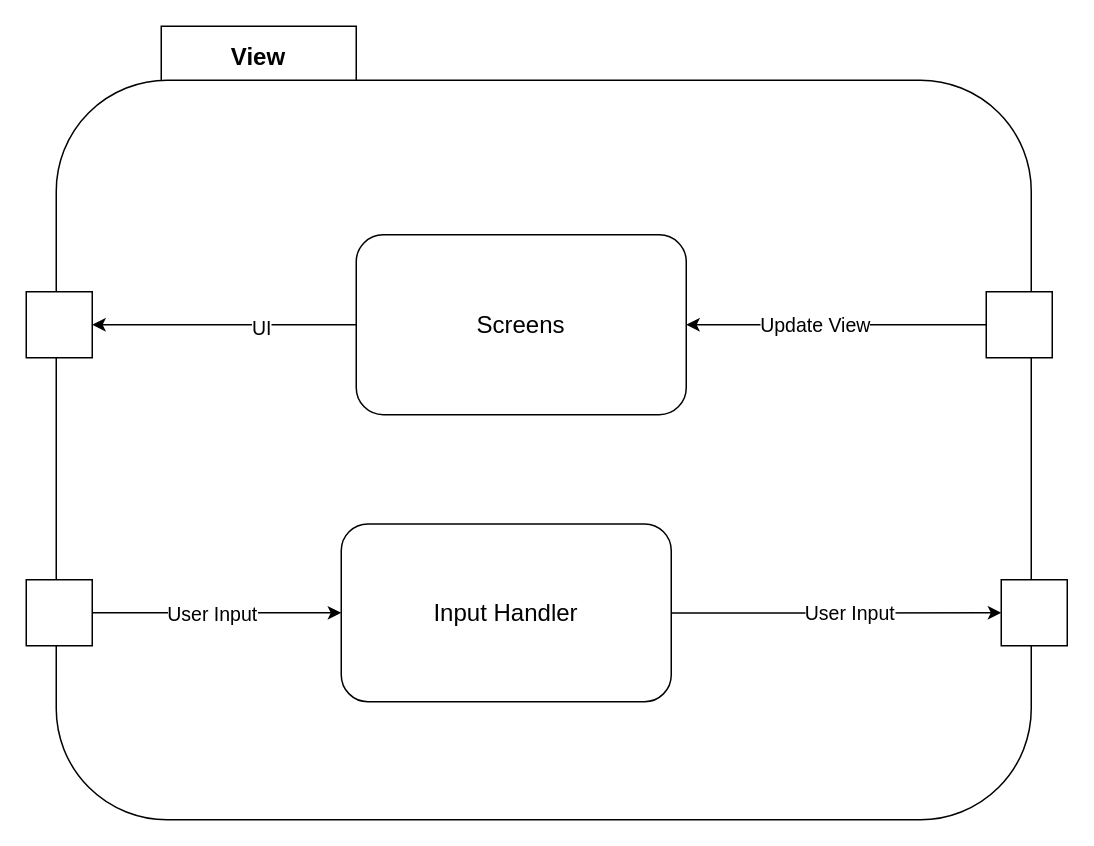
Before: doku-game/VS-View.drawio in PrismFox/tron-game, a draw.io diagram. Source tidied: cells renumbered, new cells numbered last; positions are measured from the earlier drawing's top-left corner, leaving out a move shared by most shapes. Both pictures are drawn from the tidied source at 150%, with x=0, y=0 at pixel (26, 26).
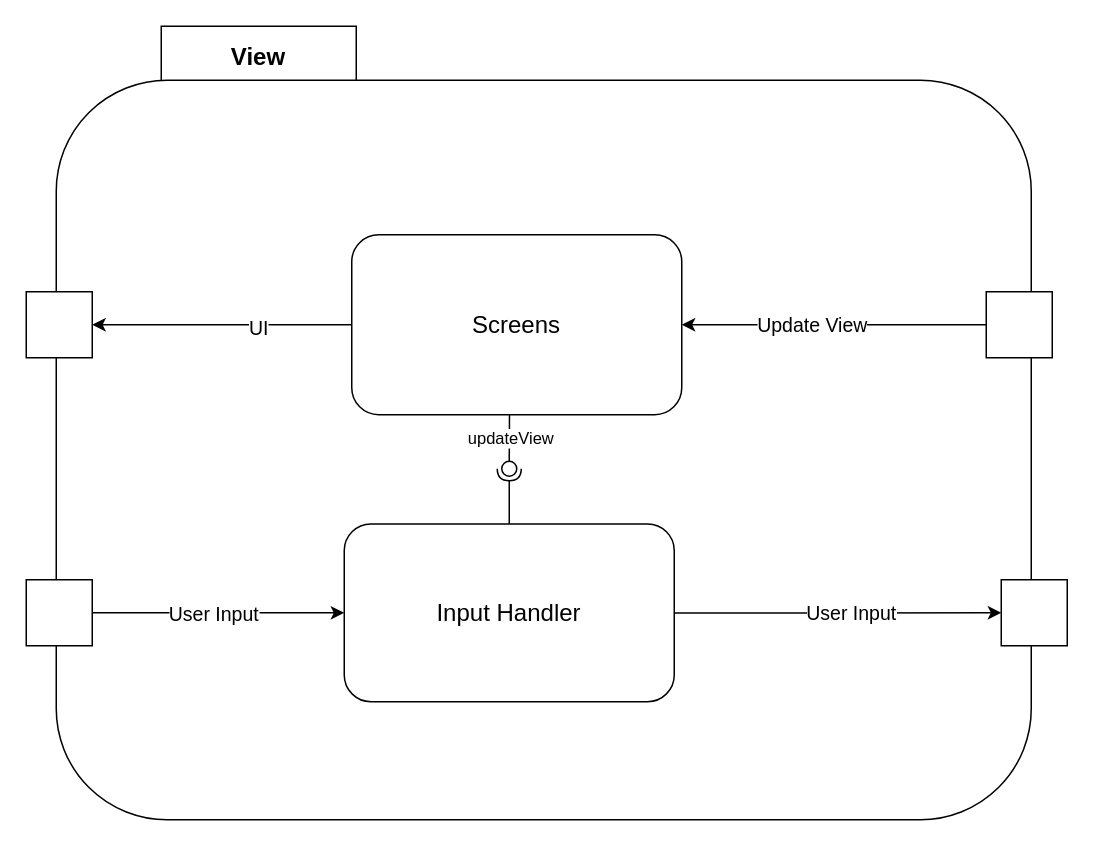
The same diagram, later.

Diff of the diagram source:
```diff
@@
     <mxCell id="6" value="Screens" style="rounded=1;whiteSpace=wrap;html=1;fontSize=16;" parent="1" vertex="1">
-      <mxGeometry x="220" y="139" width="220" height="120" as="geometry" />
+      <mxGeometry x="217" y="139" width="220" height="120" as="geometry" />
     </mxCell>
@@
     <mxCell id="9" value="Input Handler" style="rounded=1;whiteSpace=wrap;html=1;fontSize=16;" parent="1" vertex="1">
-      <mxGeometry x="210" y="331.8" width="220" height="118.5" as="geometry" />
+      <mxGeometry x="212" y="331.8" width="220" height="118.5" as="geometry" />
     </mxCell>
@@
+    <mxCell id="18" style="rounded=0;jettySize=auto;html=1;endArrow=none;endFill=0;sketch=0;sourcePerimeterSpacing=0;targetPerimeterSpacing=0;exitX=0.478;exitY=0.996;exitDx=0;exitDy=0;exitPerimeter=0;" parent="1" edge="1" source="6" target="21">
+      <mxGeometry relative="1" as="geometry" />
+    </mxCell>
+    <mxCell id="19" value="updateView" style="edgeLabel;html=1;align=center;verticalAlign=middle;" parent="18" vertex="1">
+      <mxGeometry x="0.01" relative="1" as="geometry" />
+    </mxCell>
+    <mxCell id="20" style="rounded=0;jettySize=auto;html=1;endArrow=halfCircle;endFill=0;entryX=0.5;entryY=0.5;endSize=6;strokeWidth=1;sketch=0;exitX=0.5;exitY=0;exitDx=0;exitDy=0;" parent="1" edge="1" source="9" target="21">
+      <mxGeometry relative="1" as="geometry" />
+    </mxCell>
+    <mxCell id="21" style="ellipse;whiteSpace=wrap;html=1;align=center;points=[];outlineConnect=0;sketch=0;" parent="1" vertex="1">
+      <mxGeometry x="317" y="290" width="10" height="10" as="geometry" />
+    </mxCell>
```
